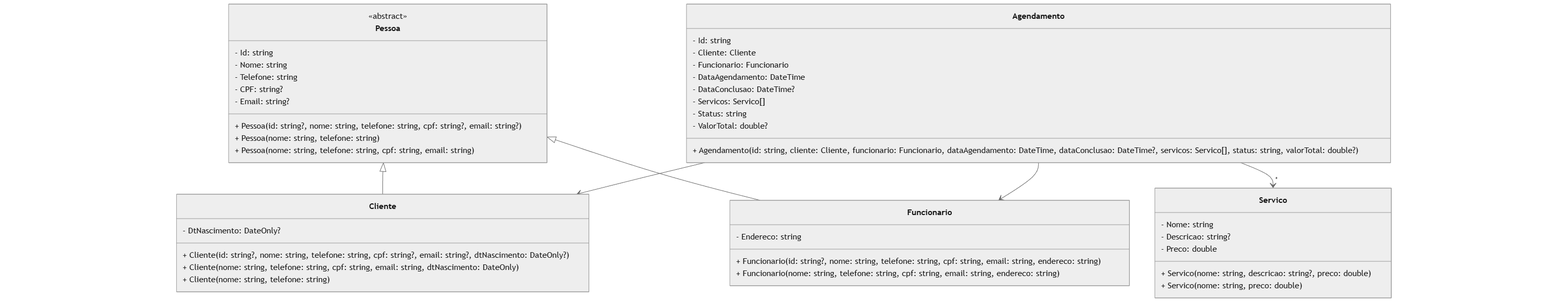
This is resources/diagrams/images/class.png from L-Codex/pim03, a Mermaid export, as it was before one commit. Its source is kept beside it as resources/diagrams/code/class.mmd.
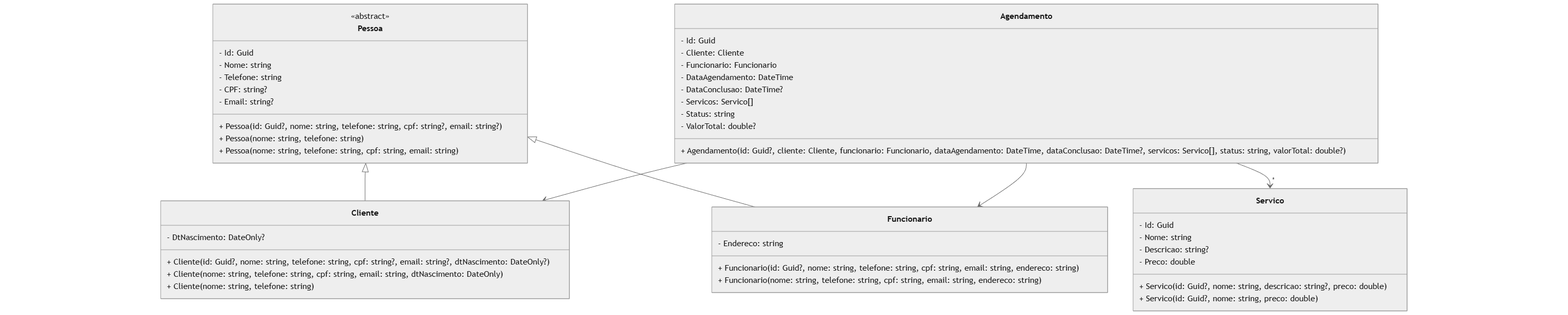
The same diagram one commit later.

Commit message:
refactor: utilizar guid diretamente nas classes

Change to the diagram source:
```diff
@@ -1,39 +1,40 @@
 classDiagram
     class Pessoa {
         <<abstract>>
-        - Id: string
+        - Id: Guid
         - Nome: string
         - Telefone: string
         - CPF: string?
         - Email: string?
-        + Pessoa(id: string?, nome: string, telefone: string, cpf: string?, email: string?)
+        + Pessoa(id: Guid?, nome: string, telefone: string, cpf: string?, email: string?)
         + Pessoa(nome: string, telefone: string)
         + Pessoa(nome: string, telefone: string, cpf: string, email: string)
     }
 
     class Cliente {
         - DtNascimento: DateOnly?
-        + Cliente(id: string?, nome: string, telefone: string, cpf: string?, email: string?, dtNascimento: DateOnly?)
+        + Cliente(id: Guid?, nome: string, telefone: string, cpf: string?, email: string?, dtNascimento: DateOnly?)
         + Cliente(nome: string, telefone: string, cpf: string, email: string, dtNascimento: DateOnly)
         + Cliente(nome: string, telefone: string)
     }
 
     class Funcionario {
         - Endereco: string
-        + Funcionario(id: string?, nome: string, telefone: string, cpf: string, email: string, endereco: string)
+        + Funcionario(id: Guid?, nome: string, telefone: string, cpf: string, email: string, endereco: string)
         + Funcionario(nome: string, telefone: string, cpf: string, email: string, endereco: string)
     }
 
     class Servico {
+        - Id: Guid
         - Nome: string
         - Descricao: string?
         - Preco: double
-        + Servico(nome: string, descricao: string?, preco: double)
-        + Servico(nome: string, preco: double)
+        + Servico(id: Guid?, nome: string, descricao: string?, preco: double)
+        + Servico(id: Guid?, nome: string, preco: double)
     }
 
     class Agendamento {
-        - Id: string
+        - Id: Guid
         - Cliente: Cliente
         - Funcionario: Funcionario
         - DataAgendamento: DateTime
@@ -41,7 +42,7 @@
         - Servicos: Servico[]
         - Status: string
         - ValorTotal: double?
-        + Agendamento(id: string, cliente: Cliente, funcionario: Funcionario, dataAgendamento: DateTime, dataConclusao: DateTime?, servicos: Servico[], status: string, valorTotal: double?)
+        + Agendamento(id: Guid?, cliente: Cliente, funcionario: Funcionario, dataAgendamento: DateTime, dataConclusao: DateTime?, servicos: Servico[], status: string, valorTotal: double?)
     }
 
     Pessoa <|-- Cliente
```
